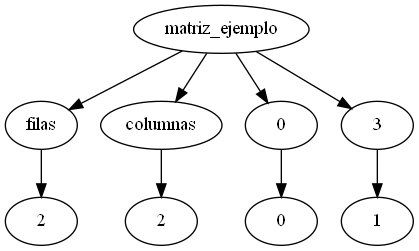
Earlier version of the Graphviz export grafo.png (BrayanPradoMarroquin/IPC2_Proyecto1_-201801369). Its source is kept beside it as grafo.dot. The source it was exported from:
```dot
digraph G {
Fil[label="2"]
matriz_ejemplo-> filas -> Fil
Col[label="2"]
matriz_ejemplo-> columnas -> Col
11[label="0"]
matriz_ejemplo->11
21[label="0"]
11->21
12[label="3"]
matriz_ejemplo->12
22[label="1"]
12->22
}
```
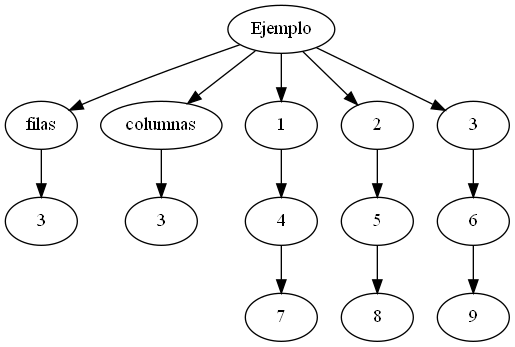
After the commit.

Change to the diagram source:
```diff
@@ -1,14 +1,24 @@
 digraph G {
-Fil[label="2"]
-matriz_ejemplo-> filas -> Fil
-Col[label="2"]
-matriz_ejemplo-> columnas -> Col
-11[label="0"]
-matriz_ejemplo->11
-21[label="0"]
+Fil[label="3"]
+Ejemplo-> filas -> Fil
+Col[label="3"]
+Ejemplo-> columnas -> Col
+11[label="1"]
+Ejemplo->11
+21[label="4"]
 11->21
-12[label="3"]
-matriz_ejemplo->12
-22[label="1"]
+31[label="7"]
+21->31
+12[label="2"]
+Ejemplo->12
+22[label="5"]
 12->22
+32[label="8"]
+22->32
+13[label="3"]
+Ejemplo->13
+23[label="6"]
+13->23
+33[label="9"]
+23->33
 }
```
